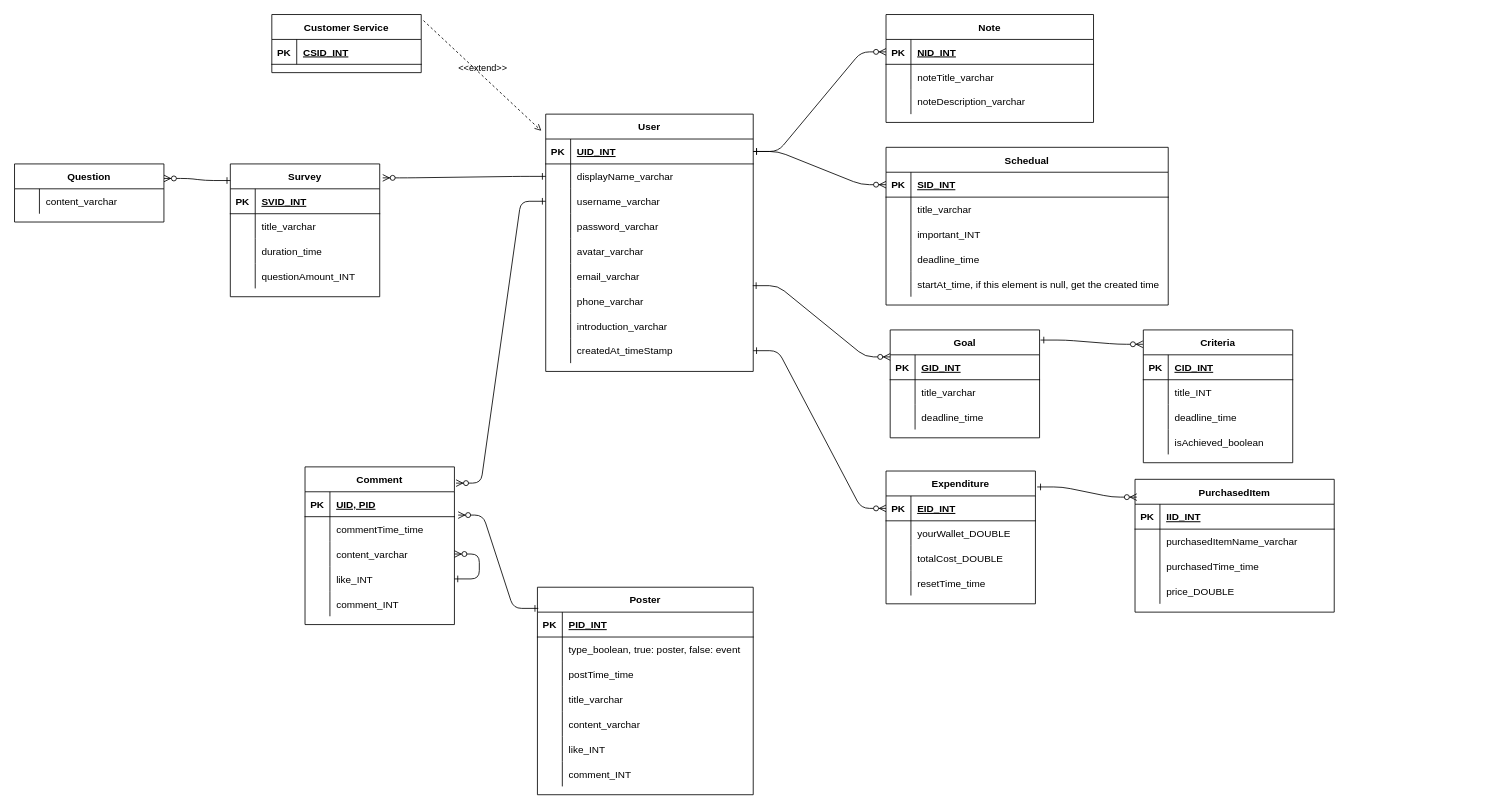
Earlier version of the draw.io diagram documents/draw.io/system_database.drawio (johnvo24/vku_bp2_web_youli). Source tidied: cells renumbered, new cells numbered last; positions are measured from the earlier drawing's top-left corner, leaving out a move shared by most shapes. Both pictures are drawn from the tidied source at 83%, with x=0, y=0 at pixel (14, 14).
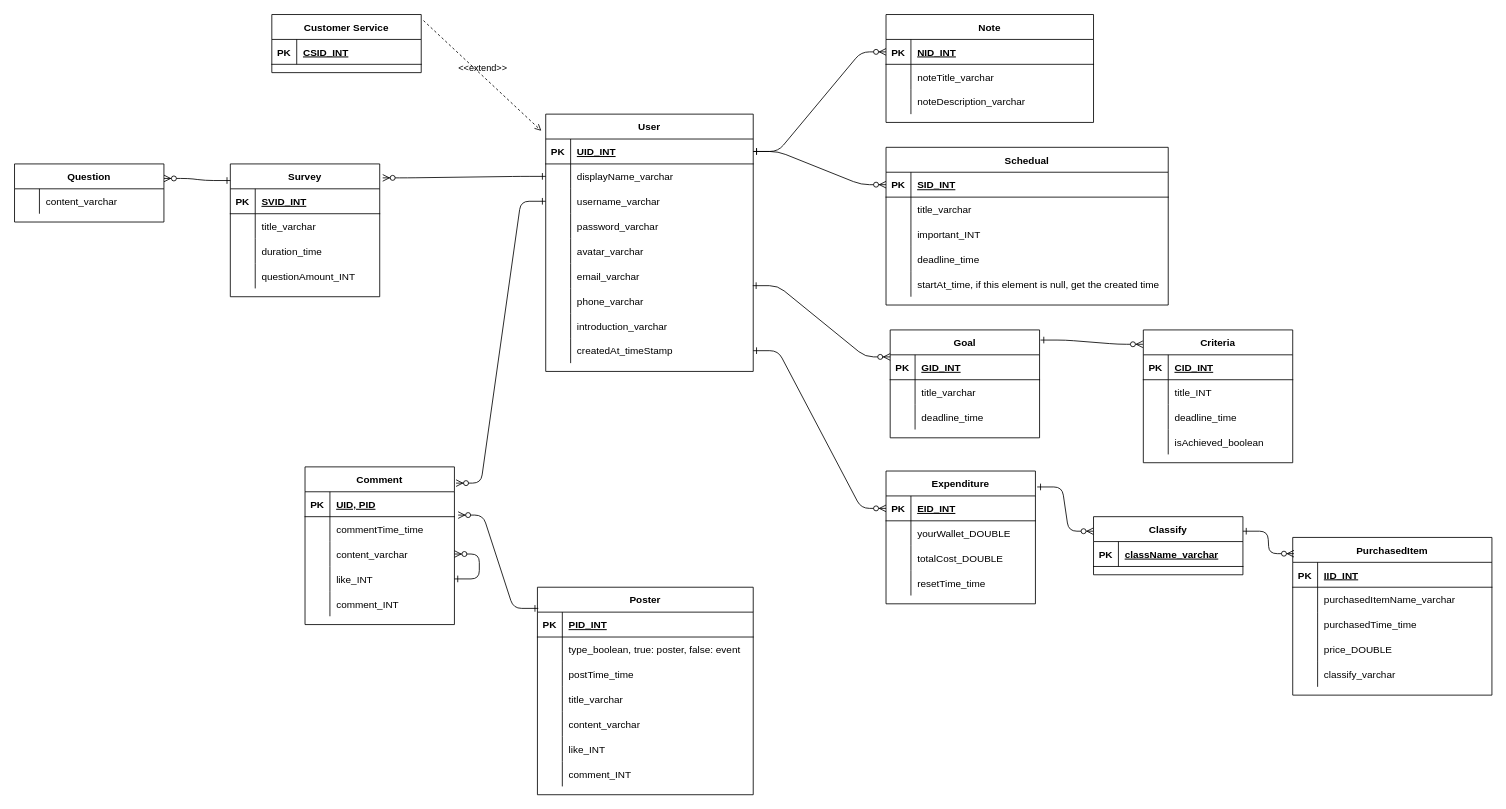
After the change.

Unchanged cells that the change refers to:
```xml
<mxCell id="97" value="Expenditure" style="shape=table;startSize=30;childLayout=tableLayout;rowLines=0;fontStyle=1;align=center;" parent="1" vertex="1">
  <mxGeometry x="1050" y="550" width="180" height="160" as="geometry" />
</mxCell>
```

Diff of the diagram source:
```diff
@@
     <mxCell id="83" value="PurchasedItem" style="shape=table;startSize=30;childLayout=tableLayout;rowLines=0;fontStyle=1;align=center;" parent="1" vertex="1">
-      <mxGeometry x="1350" y="560" width="240" height="160" as="geometry" />
+      <mxGeometry x="1540" y="630" width="240" height="190" as="geometry" />
     </mxCell>
@@
+    <mxCell id="176" style="shape=tableRow;horizontal=0;startSize=0;swimlaneHead=0;swimlaneBody=0;fillColor=none;top=0;left=0;right=0;bottom=0;" parent="83" vertex="1">
+      <mxGeometry y="150" width="240" height="30" as="geometry" />
+    </mxCell>
+    <mxCell id="177" style="shape=partialRectangle;fillColor=none;top=0;left=0;bottom=0;right=0;overflow=hidden;" parent="176" vertex="1">
+      <mxGeometry width="30" height="30" as="geometry" />
+    </mxCell>
+    <mxCell id="178" value="classify_varchar" style="shape=partialRectangle;fillColor=none;top=0;left=0;bottom=0;right=0;align=left;spacingLeft=6;overflow=hidden;" parent="176" vertex="1">
+      <mxGeometry x="30" width="210" height="30" as="geometry" />
+    </mxCell>
@@
-    <mxCell id="110" style="edgeStyle=entityRelationEdgeStyle;endArrow=ERzeroToMany;startArrow=ERone;endFill=1;startFill=0;entryX=0.009;entryY=0.134;entryDx=0;entryDy=0;exitX=1.012;exitY=0.12;exitDx=0;exitDy=0;exitPerimeter=0;entryPerimeter=0;" parent="1" edge="1" source="97" target="83">
+    <mxCell id="110" style="edgeStyle=entityRelationEdgeStyle;endArrow=ERzeroToMany;startArrow=ERone;endFill=1;startFill=0;entryX=0;entryY=0.25;entryDx=0;entryDy=0;exitX=1.012;exitY=0.12;exitDx=0;exitDy=0;exitPerimeter=0;" parent="1" edge="1" source="97" target="179">
       <mxGeometry relative="1" as="geometry" />
     </mxCell>
@@
+    <mxCell id="179" value="Classify" style="shape=table;startSize=30;childLayout=tableLayout;rowLines=0;fontStyle=1;align=center;" parent="1" vertex="1">
+      <mxGeometry x="1300" y="605" width="180" height="70" as="geometry" />
+    </mxCell>
+    <mxCell id="180" style="shape=tableRow;horizontal=0;startSize=0;swimlaneHead=0;swimlaneBody=0;fillColor=none;top=0;left=0;right=0;bottom=1;" parent="179" vertex="1">
+      <mxGeometry y="30" width="180" height="30" as="geometry" />
+    </mxCell>
+    <mxCell id="181" value="PK" style="shape=partialRectangle;fillColor=none;top=0;left=0;bottom=0;right=0;fontStyle=1;overflow=hidden;" parent="180" vertex="1">
+      <mxGeometry width="30" height="30" as="geometry" />
+    </mxCell>
+    <mxCell id="182" value="className_varchar" style="shape=partialRectangle;fillColor=none;top=0;left=0;bottom=0;right=0;align=left;spacingLeft=6;fontStyle=5;overflow=hidden;" parent="180" vertex="1">
+      <mxGeometry x="30" width="150" height="30" as="geometry" />
+    </mxCell>
+    <mxCell id="183" style="edgeStyle=entityRelationEdgeStyle;endArrow=ERzeroToMany;startArrow=ERone;endFill=1;startFill=0;exitX=1;exitY=0.25;exitDx=0;exitDy=0;entryX=0.006;entryY=0.103;entryDx=0;entryDy=0;entryPerimeter=0;" parent="1" edge="1" source="179" target="83">
+      <mxGeometry relative="1" as="geometry" />
+    </mxCell>
```
